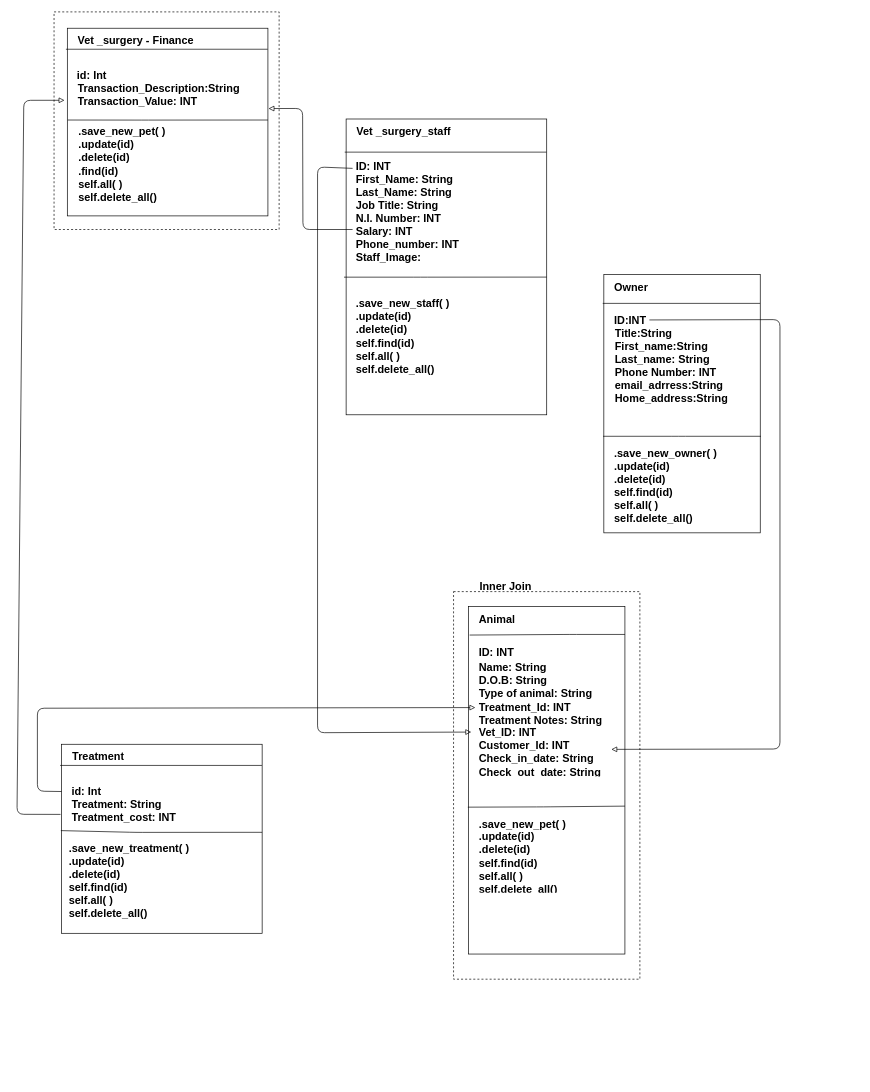
Above: classdiagram.drawio in brad90/Week4_Project_Vet_Surgery (draw.io), before the change. Source tidied: cells renumbered, new cells numbered last; positions are measured from the earlier drawing's top-left corner, leaving out a move shared by most shapes. Both pictures are drawn from the tidied source at 68%, with x=0, y=0 at pixel (17, 12).
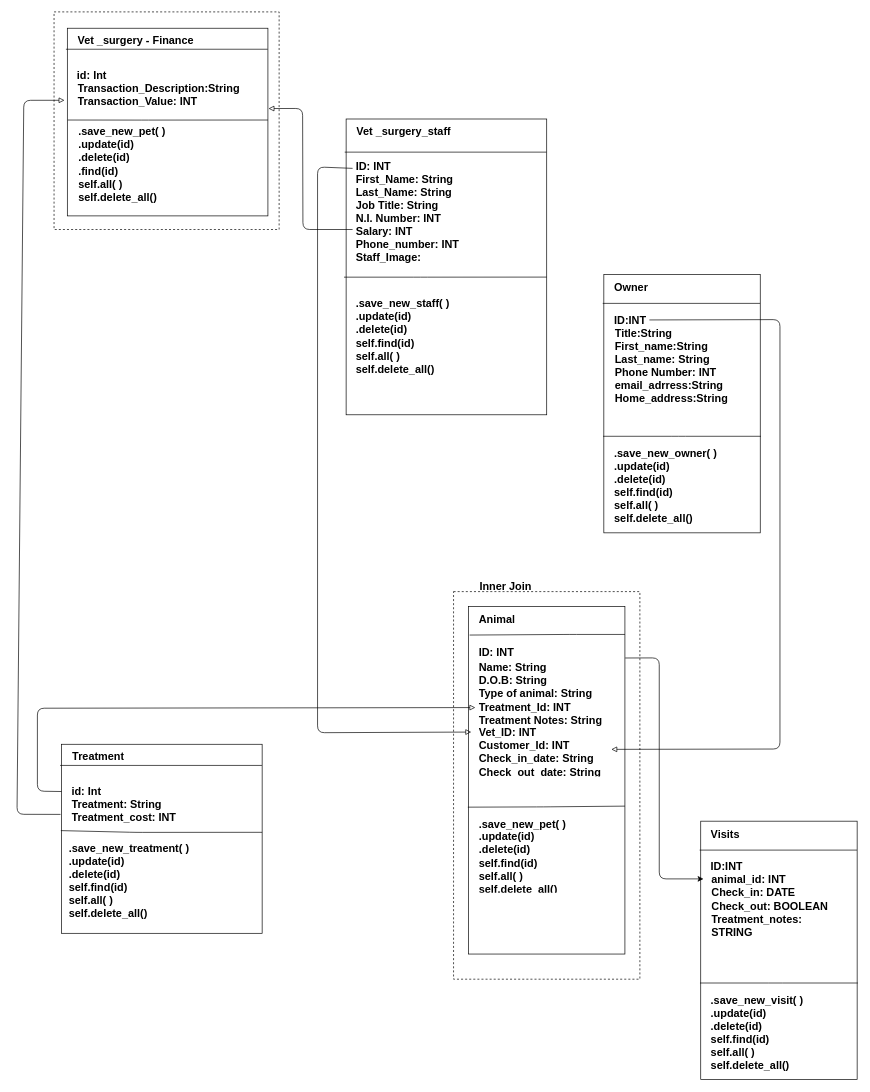
Above is the later version.

Unchanged cells that the change refers to:
```xml
<mxCell id="3" style="rounded=0;whiteSpace=wrap;html=1;fontSize=22;" parent="1" vertex="1">
  <mxGeometry x="663.5" y="874.5" width="230" height="511" as="geometry" />
</mxCell>
```

Diff of the diagram source:
```diff
@@
+    <mxCell id="45" style="rounded=0;whiteSpace=wrap;html=1;fontSize=22;" parent="1" vertex="1">
+      <mxGeometry x="1005" y="1190.1" width="230" height="380" as="geometry" />
+    </mxCell>
+    <mxCell id="46" value="&lt;b&gt;&lt;font style=&quot;font-size: 16px&quot;&gt;Visits&amp;nbsp;&lt;/font&gt;&lt;/b&gt;" style="text;html=1;strokeColor=none;fillColor=none;spacing=5;spacingTop=-20;whiteSpace=wrap;overflow=hidden;rounded=0;fontSize=12;" parent="1" vertex="1">
+      <mxGeometry x="1015" y="1210.1" width="190" height="10" as="geometry" />
+    </mxCell>
+    <mxCell id="47" value="&lt;font size=&quot;3&quot;&gt;&lt;b&gt;ID:INT&lt;br&gt;&lt;/b&gt;&lt;/font&gt;" style="text;html=1;strokeColor=none;fillColor=none;spacing=5;spacingTop=-20;whiteSpace=wrap;overflow=hidden;rounded=0;fontSize=12;" parent="1" vertex="1">
+      <mxGeometry x="1015" y="1258.1" width="190" height="10" as="geometry" />
+    </mxCell>
+    <mxCell id="48" value="&lt;font size=&quot;3&quot;&gt;&lt;b&gt;&lt;br&gt;animal_id: INT&lt;br&gt;Check_in: DATE&amp;nbsp;&lt;br&gt;Check_out: BOOLEAN&lt;br&gt;Treatment_notes: STRING&lt;br&gt;&lt;/b&gt;&lt;/font&gt;" style="text;html=1;strokeColor=none;fillColor=none;spacing=5;spacingTop=-20;whiteSpace=wrap;overflow=hidden;rounded=0;fontSize=12;" parent="1" vertex="1">
+      <mxGeometry x="1016" y="1258" width="200" height="156" as="geometry" />
+    </mxCell>
+    <mxCell id="49" value="&lt;font size=&quot;3&quot;&gt;&lt;b&gt;.save_new_visit( )&amp;nbsp;&lt;br&gt;.update(id)&lt;br&gt;.delete(id)&amp;nbsp;&lt;br&gt;&lt;/b&gt;&lt;/font&gt;&lt;b&gt;&lt;font style=&quot;font-size: 16px&quot;&gt;self.find(id)&amp;nbsp;&lt;/font&gt;&lt;/b&gt;&lt;font size=&quot;3&quot;&gt;&lt;b&gt;&lt;br&gt;self.all( )&lt;br&gt;self.delete_all()&lt;br&gt;&lt;br&gt;&lt;br&gt;&lt;/b&gt;&lt;/font&gt;" style="text;html=1;strokeColor=none;fillColor=none;spacing=5;spacingTop=-20;whiteSpace=wrap;overflow=hidden;rounded=0;fontSize=12;" parent="1" vertex="1">
+      <mxGeometry x="1015" y="1454.1" width="200" height="112" as="geometry" />
+    </mxCell>
+    <mxCell id="50" style="endArrow=none;html=1;fontSize=12;exitX=-0.007;exitY=0.616;exitDx=0;exitDy=0;exitPerimeter=0;" parent="1" edge="1">
+      <mxGeometry relative="1" as="geometry">
+        <mxPoint x="1003.9" y="1428.1" as="sourcePoint" />
+        <mxPoint x="1236" y="1428.1" as="targetPoint" />
+        <Array as="points">
+          <mxPoint x="1115" y="1428.1" />
+        </Array>
+      </mxGeometry>
+    </mxCell>
+    <mxCell id="51" style="endArrow=none;html=1;fontSize=12;exitX=-0.007;exitY=0.112;exitDx=0;exitDy=0;exitPerimeter=0;entryX=0.999;entryY=0.112;entryDx=0;entryDy=0;entryPerimeter=0;" parent="1" edge="1" source="45" target="45">
+      <mxGeometry relative="1" as="geometry" />
+    </mxCell>
+    <mxCell id="52" style="endArrow=classic;html=1;entryX=-0.035;entryY=0.109;entryDx=0;entryDy=0;entryPerimeter=0;exitX=1.002;exitY=0.148;exitDx=0;exitDy=0;exitPerimeter=0;" parent="1" edge="1" source="3" target="48">
+      <mxGeometry relative="1" as="geometry">
+        <Array as="points">
+          <mxPoint x="944" y="950" />
+          <mxPoint x="944" y="1275" />
+        </Array>
+      </mxGeometry>
+    </mxCell>
```
